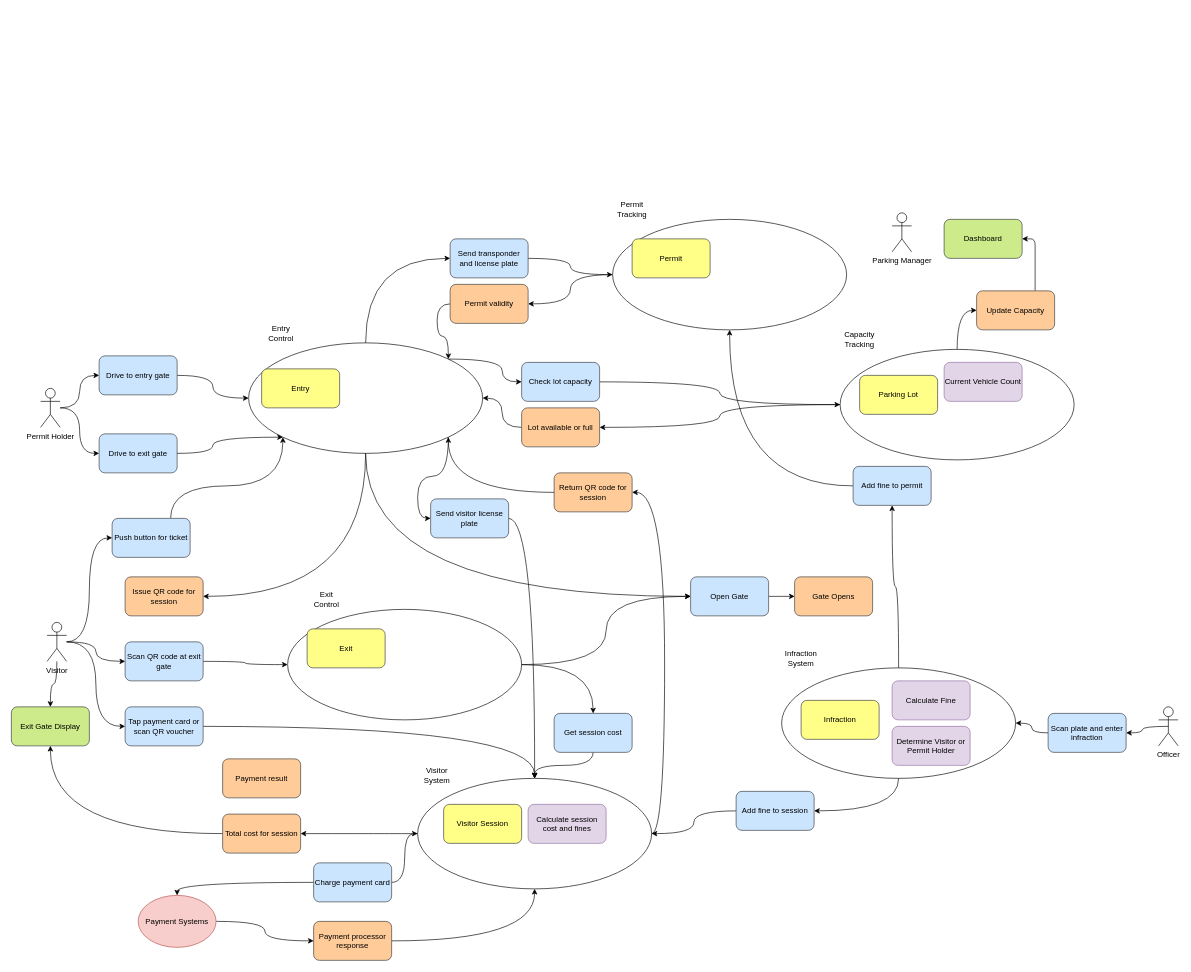
This is mvp.drawio from harwoodr/drawio, a draw.io file, before an edit. Source tidied: cells renumbered, new cells numbered last; positions are measured from the earlier drawing's top-left corner, leaving out a move shared by most shapes. Both pictures are drawn from the tidied source at 65%, with x=0, y=0 at pixel (11, 200).
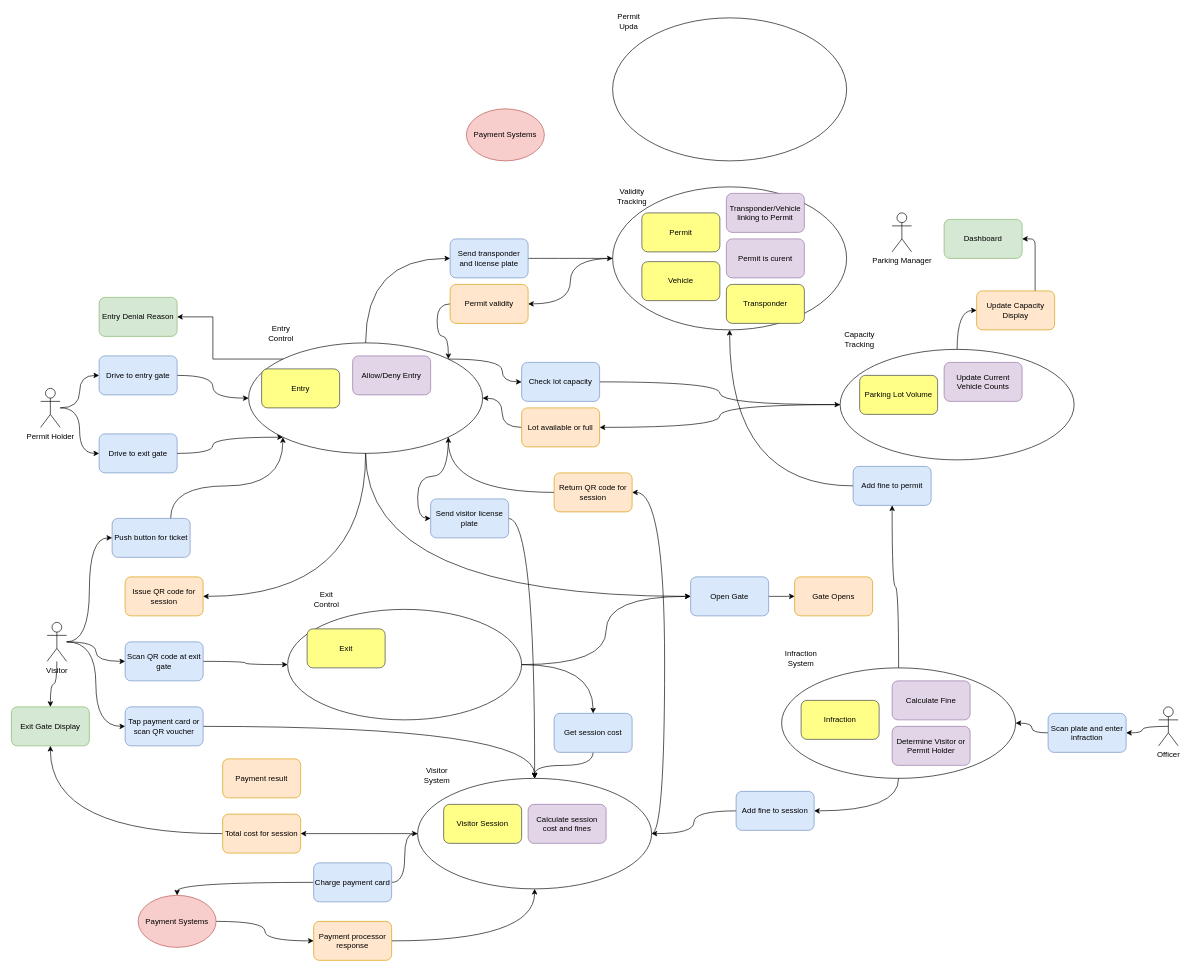
Above is the later version.

Unchanged cells that the change refers to:
```xml
<mxCell id="10" style="ellipse;whiteSpace=wrap;html=1;fillColor=none;rounded=1;" parent="1" vertex="1">
  <mxGeometry x="365" y="220" width="360" height="170" as="geometry" />
</mxCell>
```

The edit, as a diff of the source:
```diff
@@
     <mxCell id="5" style="ellipse;whiteSpace=wrap;html=1;fillColor=none;rounded=1;" parent="1" vertex="1">
-      <mxGeometry x="925" y="30" width="360" height="170" as="geometry" />
+      <mxGeometry x="925" y="-20" width="360" height="220" as="geometry" />
     </mxCell>
@@
+    <mxCell id="97" style="edgeStyle=orthogonalEdgeStyle;rounded=0;jettySize=auto;html=1;exitX=0;exitY=0;exitDx=0;exitDy=0;entryX=1;entryY=0.5;entryDx=0;entryDy=0;" parent="1" edge="1" source="10" target="100">
+      <mxGeometry relative="1" as="geometry" />
+    </mxCell>
@@
-    <mxCell id="19" value="Drive to exit gate" style="rounded=1;whiteSpace=wrap;html=1;fillColor=#cce5ff;strokeColor=#36393d;" parent="1" vertex="1">
+    <mxCell id="19" value="Drive to exit gate" style="rounded=1;whiteSpace=wrap;html=1;fillColor=#dae8fc;strokeColor=#6c8ebf;" parent="1" vertex="1">
       <mxGeometry x="135" y="360" width="120" height="60" as="geometry" />
     </mxCell>
@@
-    <mxCell id="21" value="Drive to entry gate" style="rounded=1;whiteSpace=wrap;html=1;fillColor=#cce5ff;strokeColor=#36393d;" parent="1" vertex="1">
+    <mxCell id="21" value="Drive to entry gate" style="rounded=1;whiteSpace=wrap;html=1;fillColor=#dae8fc;strokeColor=#6c8ebf;" parent="1" vertex="1">
       <mxGeometry x="135" y="240" width="120" height="60" as="geometry" />
     </mxCell>
-    <mxCell id="22" value="Issue QR code for session" style="rounded=1;whiteSpace=wrap;html=1;fillColor=#ffcc99;strokeColor=#36393d;" parent="1" vertex="1">
+    <mxCell id="22" value="Issue QR code for session" style="rounded=1;whiteSpace=wrap;html=1;fillColor=#ffe6cc;strokeColor=#d79b00;" parent="1" vertex="1">
       <mxGeometry x="175" y="580" width="120" height="60" as="geometry" />
     </mxCell>
@@
-    <mxCell id="24" value="Push button for ticket" style="rounded=1;whiteSpace=wrap;html=1;fillColor=#cce5ff;strokeColor=#36393d;" parent="1" vertex="1">
+    <mxCell id="24" value="Push button for ticket" style="rounded=1;whiteSpace=wrap;html=1;fillColor=#dae8fc;strokeColor=#6c8ebf;" parent="1" vertex="1">
       <mxGeometry x="155" y="490" width="120" height="60" as="geometry" />
     </mxCell>
@@
-    <mxCell id="26" value="Scan QR code at exit gate" style="rounded=1;whiteSpace=wrap;html=1;fillColor=#cce5ff;strokeColor=#36393d;" parent="1" vertex="1">
+    <mxCell id="26" value="Scan QR code at exit gate" style="rounded=1;whiteSpace=wrap;html=1;fillColor=#dae8fc;strokeColor=#6c8ebf;" parent="1" vertex="1">
       <mxGeometry x="175" y="680" width="120" height="60" as="geometry" />
     </mxCell>
-    <mxCell id="27" value="Exit Gate Display" style="rounded=1;whiteSpace=wrap;html=1;fillColor=#cdeb8b;strokeColor=#36393d;" parent="1" vertex="1">
+    <mxCell id="27" value="Exit Gate Display" style="rounded=1;whiteSpace=wrap;html=1;fillColor=#d5e8d4;strokeColor=#82b366;" parent="1" vertex="1">
       <mxGeometry y="780" width="120" height="60" as="geometry" />
     </mxCell>
@@
-    <mxCell id="29" value="Total cost for session" style="rounded=1;whiteSpace=wrap;html=1;fillColor=#ffcc99;strokeColor=#36393d;" parent="1" vertex="1">
+    <mxCell id="29" value="Total cost for session" style="rounded=1;whiteSpace=wrap;html=1;fillColor=#ffe6cc;strokeColor=#d79b00;" parent="1" vertex="1">
       <mxGeometry x="325" y="945" width="120" height="60" as="geometry" />
     </mxCell>
@@
-    <mxCell id="36" value="Open Gate" style="rounded=1;whiteSpace=wrap;html=1;fillColor=#cce5ff;strokeColor=#36393d;" parent="1" vertex="1">
+    <mxCell id="36" value="Open Gate" style="rounded=1;whiteSpace=wrap;html=1;fillColor=#dae8fc;strokeColor=#6c8ebf;" parent="1" vertex="1">
       <mxGeometry x="1045" y="580" width="120" height="60" as="geometry" />
     </mxCell>
@@
-    <mxCell id="38" value="Send visitor license plate" style="rounded=1;whiteSpace=wrap;html=1;fillColor=#cce5ff;strokeColor=#36393d;" parent="1" vertex="1">
+    <mxCell id="38" value="Send visitor license plate" style="rounded=1;whiteSpace=wrap;html=1;fillColor=#dae8fc;strokeColor=#6c8ebf;" parent="1" vertex="1">
       <mxGeometry x="645" y="460" width="120" height="60" as="geometry" />
     </mxCell>
-    <mxCell id="39" value="Gate Opens" style="rounded=1;whiteSpace=wrap;html=1;fillColor=#ffcc99;strokeColor=#36393d;" parent="1" vertex="1">
+    <mxCell id="39" value="Gate Opens" style="rounded=1;whiteSpace=wrap;html=1;fillColor=#ffe6cc;strokeColor=#d79b00;" parent="1" vertex="1">
       <mxGeometry x="1205" y="580" width="120" height="60" as="geometry" />
     </mxCell>
@@
-    <mxCell id="41" value="Return QR code for session" style="rounded=1;whiteSpace=wrap;html=1;fillColor=#ffcc99;strokeColor=#36393d;" parent="1" vertex="1">
+    <mxCell id="41" value="Return QR code for session" style="rounded=1;whiteSpace=wrap;html=1;fillColor=#ffe6cc;strokeColor=#d79b00;" parent="1" vertex="1">
       <mxGeometry x="835" y="420" width="120" height="60" as="geometry" />
     </mxCell>
@@
-    <mxCell id="45" value="Send transponder and license plate" style="rounded=1;whiteSpace=wrap;html=1;fillColor=#cce5ff;strokeColor=#36393d;" parent="1" vertex="1">
+    <mxCell id="45" value="Send transponder and license plate" style="rounded=1;whiteSpace=wrap;html=1;fillColor=#dae8fc;strokeColor=#6c8ebf;" parent="1" vertex="1">
       <mxGeometry x="675" y="60" width="120" height="60" as="geometry" />
     </mxCell>
@@
-    <mxCell id="49" value="Check lot capacity" style="rounded=1;whiteSpace=wrap;html=1;fillColor=#cce5ff;strokeColor=#36393d;" parent="1" vertex="1">
+    <mxCell id="49" value="Check lot capacity" style="rounded=1;whiteSpace=wrap;html=1;fillColor=#dae8fc;strokeColor=#6c8ebf;" parent="1" vertex="1">
       <mxGeometry x="785" y="250" width="120" height="60" as="geometry" />
     </mxCell>
@@
-    <mxCell id="51" value="Lot available or full" style="rounded=1;whiteSpace=wrap;html=1;fillColor=#ffcc99;strokeColor=#36393d;" parent="1" vertex="1">
+    <mxCell id="51" value="Lot available or full" style="rounded=1;whiteSpace=wrap;html=1;fillColor=#ffe6cc;strokeColor=#d79b00;" parent="1" vertex="1">
       <mxGeometry x="785" y="320" width="120" height="60" as="geometry" />
     </mxCell>
@@
-    <mxCell id="53" value="Permit validity" style="rounded=1;whiteSpace=wrap;html=1;fillColor=#ffcc99;strokeColor=#36393d;" parent="1" vertex="1">
+    <mxCell id="53" value="Permit validity" style="rounded=1;whiteSpace=wrap;html=1;fillColor=#ffe6cc;strokeColor=#d79b00;" parent="1" vertex="1">
       <mxGeometry x="675" y="130" width="120" height="60" as="geometry" />
     </mxCell>
     <mxCell id="54" value="Permit" style="rounded=1;whiteSpace=wrap;html=1;fillColor=#ffff88;strokeColor=#36393d;" parent="1" vertex="1">
-      <mxGeometry x="955" y="60" width="120" height="60" as="geometry" />
+      <mxGeometry x="970" y="20" width="120" height="60" as="geometry" />
     </mxCell>
@@
-    <mxCell id="56" value="Parking Lot" style="rounded=1;whiteSpace=wrap;html=1;fillColor=#ffff88;strokeColor=#36393d;" parent="1" vertex="1">
+    <mxCell id="56" value="Parking Lot Volume" style="rounded=1;whiteSpace=wrap;html=1;fillColor=#ffff88;strokeColor=#36393d;" parent="1" vertex="1">
       <mxGeometry x="1305" y="270" width="120" height="60" as="geometry" />
     </mxCell>
@@
-    <mxCell id="65" value="Current Vehicle Count" style="rounded=1;whiteSpace=wrap;html=1;fillColor=#e1d5e7;strokeColor=#9673a6;" parent="1" vertex="1">
+    <mxCell id="65" value="Update Current Vehicle Counts" style="rounded=1;whiteSpace=wrap;html=1;fillColor=#e1d5e7;strokeColor=#9673a6;" parent="1" vertex="1">
       <mxGeometry x="1435" y="250" width="120" height="60" as="geometry" />
     </mxCell>
@@
-    <mxCell id="68" value="Dashboard" style="rounded=1;whiteSpace=wrap;html=1;fillColor=#cdeb8b;strokeColor=#36393d;" parent="1" vertex="1">
+    <mxCell id="68" value="Dashboard" style="rounded=1;whiteSpace=wrap;html=1;fillColor=#d5e8d4;strokeColor=#82b366;" parent="1" vertex="1">
       <mxGeometry x="1435" y="30" width="120" height="60" as="geometry" />
     </mxCell>
@@
-    <mxCell id="70" value="Update Capacity" style="rounded=1;whiteSpace=wrap;html=1;fillColor=#ffcc99;strokeColor=#36393d;" parent="1" vertex="1">
+    <mxCell id="70" value="Update Capacity Display" style="rounded=1;whiteSpace=wrap;html=1;fillColor=#ffe6cc;strokeColor=#d79b00;" parent="1" vertex="1">
       <mxGeometry x="1485" y="140" width="120" height="60" as="geometry" />
     </mxCell>
@@
-    <mxCell id="74" value="Get session cost" style="rounded=1;whiteSpace=wrap;html=1;fillColor=#cce5ff;strokeColor=#36393d;" parent="1" vertex="1">
+    <mxCell id="74" value="Get session cost" style="rounded=1;whiteSpace=wrap;html=1;fillColor=#dae8fc;strokeColor=#6c8ebf;" parent="1" vertex="1">
       <mxGeometry x="835" y="790" width="120" height="60" as="geometry" />
     </mxCell>
@@
-    <mxCell id="76" value="Scan plate and enter infraction" style="rounded=1;whiteSpace=wrap;html=1;fillColor=#cce5ff;strokeColor=#36393d;" parent="1" vertex="1">
+    <mxCell id="76" value="Scan plate and enter infraction" style="rounded=1;whiteSpace=wrap;html=1;fillColor=#dae8fc;strokeColor=#6c8ebf;" parent="1" vertex="1">
       <mxGeometry x="1595" y="790" width="120" height="60" as="geometry" />
     </mxCell>
@@
-    <mxCell id="78" value="Add fine to session" style="rounded=1;whiteSpace=wrap;html=1;fillColor=#cce5ff;strokeColor=#36393d;" parent="1" vertex="1">
+    <mxCell id="78" value="Add fine to session" style="rounded=1;whiteSpace=wrap;html=1;fillColor=#dae8fc;strokeColor=#6c8ebf;" parent="1" vertex="1">
       <mxGeometry x="1115" y="910" width="120" height="60" as="geometry" />
     </mxCell>
@@
-    <mxCell id="80" value="Add fine to permit" style="rounded=1;whiteSpace=wrap;html=1;fillColor=#cce5ff;strokeColor=#36393d;" parent="1" vertex="1">
+    <mxCell id="80" value="Add fine to permit" style="rounded=1;whiteSpace=wrap;html=1;fillColor=#dae8fc;strokeColor=#6c8ebf;" parent="1" vertex="1">
       <mxGeometry x="1295" y="410" width="120" height="60" as="geometry" />
     </mxCell>
@@
-    <mxCell id="84" value="Tap payment card or scan QR voucher" style="rounded=1;whiteSpace=wrap;html=1;fillColor=#cce5ff;strokeColor=#36393d;" parent="1" vertex="1">
+    <mxCell id="84" value="Tap payment card or scan QR voucher" style="rounded=1;whiteSpace=wrap;html=1;fillColor=#dae8fc;strokeColor=#6c8ebf;" parent="1" vertex="1">
       <mxGeometry x="175" y="780" width="120" height="60" as="geometry" />
     </mxCell>
@@
-    <mxCell id="87" value="Charge payment card" style="rounded=1;whiteSpace=wrap;html=1;fillColor=#cce5ff;strokeColor=#36393d;" parent="1" vertex="1">
+    <mxCell id="87" value="Charge payment card" style="rounded=1;whiteSpace=wrap;html=1;fillColor=#dae8fc;strokeColor=#6c8ebf;" parent="1" vertex="1">
       <mxGeometry x="465" y="1020" width="120" height="60" as="geometry" />
     </mxCell>
@@
-    <mxCell id="89" value="Payment processor response" style="rounded=1;whiteSpace=wrap;html=1;fillColor=#ffcc99;strokeColor=#36393d;" parent="1" vertex="1">
+    <mxCell id="89" value="Payment processor response" style="rounded=1;whiteSpace=wrap;html=1;fillColor=#ffe6cc;strokeColor=#d79b00;" parent="1" vertex="1">
       <mxGeometry x="465" y="1110" width="120" height="60" as="geometry" />
     </mxCell>
-    <mxCell id="90" value="Payment result" style="rounded=1;whiteSpace=wrap;html=1;fillColor=#ffcc99;strokeColor=#36393d;" parent="1" vertex="1">
+    <mxCell id="90" value="Payment result" style="rounded=1;whiteSpace=wrap;html=1;fillColor=#ffe6cc;strokeColor=#d79b00;" parent="1" vertex="1">
       <mxGeometry x="325" y="860" width="120" height="60" as="geometry" />
     </mxCell>
@@
-    <mxCell id="93" value="Permit Tracking" style="text;html=1;align=center;verticalAlign=middle;whiteSpace=wrap;rounded=0;" parent="1" vertex="1">
-      <mxGeometry x="925" width="60" height="30" as="geometry" />
+    <mxCell id="93" value="Validity Tracking" style="text;html=1;align=center;verticalAlign=middle;whiteSpace=wrap;rounded=0;" parent="1" vertex="1">
+      <mxGeometry x="925" y="-30" width="60" height="50" as="geometry" />
     </mxCell>
@@
+    <mxCell id="98" value="Transponder/Vehicle linking to Permit" style="rounded=1;whiteSpace=wrap;html=1;fillColor=#e1d5e7;strokeColor=#9673a6;" parent="1" vertex="1">
+      <mxGeometry x="1100" y="-10" width="120" height="60" as="geometry" />
+    </mxCell>
+    <mxCell id="99" value="Allow/Deny Entry" style="rounded=1;whiteSpace=wrap;html=1;fillColor=#e1d5e7;strokeColor=#9673a6;" parent="1" vertex="1">
+      <mxGeometry x="525" y="240" width="120" height="60" as="geometry" />
+    </mxCell>
+    <mxCell id="100" value="Entry Denial Reason" style="rounded=1;whiteSpace=wrap;html=1;fillColor=#d5e8d4;strokeColor=#82b366;" parent="1" vertex="1">
+      <mxGeometry x="135" y="150" width="120" height="60" as="geometry" />
+    </mxCell>
+    <mxCell id="101" value="&lt;div&gt;Vehicle&lt;/div&gt;" style="rounded=1;whiteSpace=wrap;html=1;fillColor=#ffff88;strokeColor=#36393d;" parent="1" vertex="1">
+      <mxGeometry x="970" y="95" width="120" height="60" as="geometry" />
+    </mxCell>
+    <mxCell id="102" value="Transponder" style="rounded=1;whiteSpace=wrap;html=1;fillColor=#ffff88;strokeColor=#36393d;" parent="1" vertex="1">
+      <mxGeometry x="1100" y="130" width="120" height="60" as="geometry" />
+    </mxCell>
+    <mxCell id="103" value="Permit is curent" style="rounded=1;whiteSpace=wrap;html=1;fillColor=#e1d5e7;strokeColor=#9673a6;" parent="1" vertex="1">
+      <mxGeometry x="1100" y="60" width="120" height="60" as="geometry" />
+    </mxCell>
+    <mxCell id="104" value="Payment Systems" style="ellipse;whiteSpace=wrap;html=1;fillColor=#f8cecc;strokeColor=#b85450;rounded=1;" parent="1" vertex="1">
+      <mxGeometry x="700" y="-140" width="120" height="80" as="geometry" />
+    </mxCell>
+    <mxCell id="105" style="ellipse;whiteSpace=wrap;html=1;fillColor=none;rounded=1;" parent="1" vertex="1">
+      <mxGeometry x="925" y="-280" width="360" height="220" as="geometry" />
+    </mxCell>
+    <mxCell id="106" value="Permit Upda" style="text;html=1;align=center;verticalAlign=middle;whiteSpace=wrap;rounded=0;" parent="1" vertex="1">
+      <mxGeometry x="920" y="-290" width="60" height="30" as="geometry" />
+    </mxCell>
```
